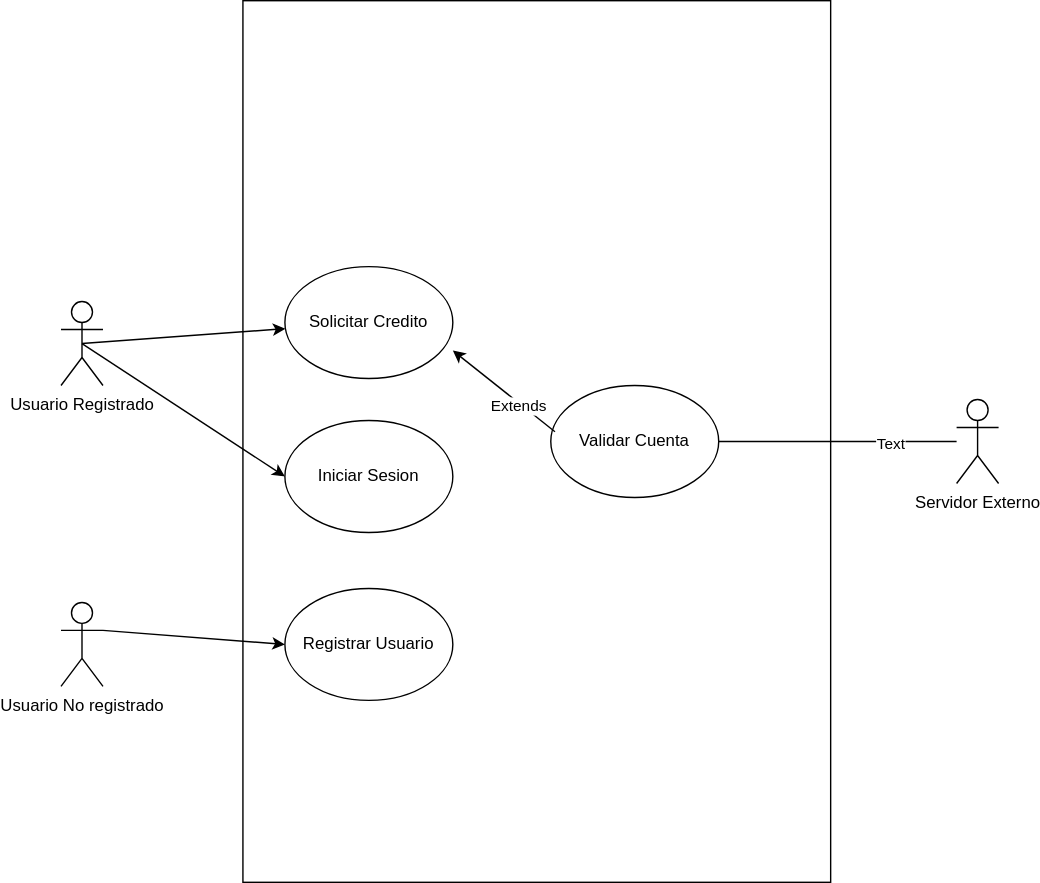
Above: PrimeraFecha.drawio.svg in juansirai/ING1 (draw.io), before the change. Source tidied: cells renumbered, new cells last; positions are measured from the earlier drawing's top-left corner, leaving out a move shared by most shapes.
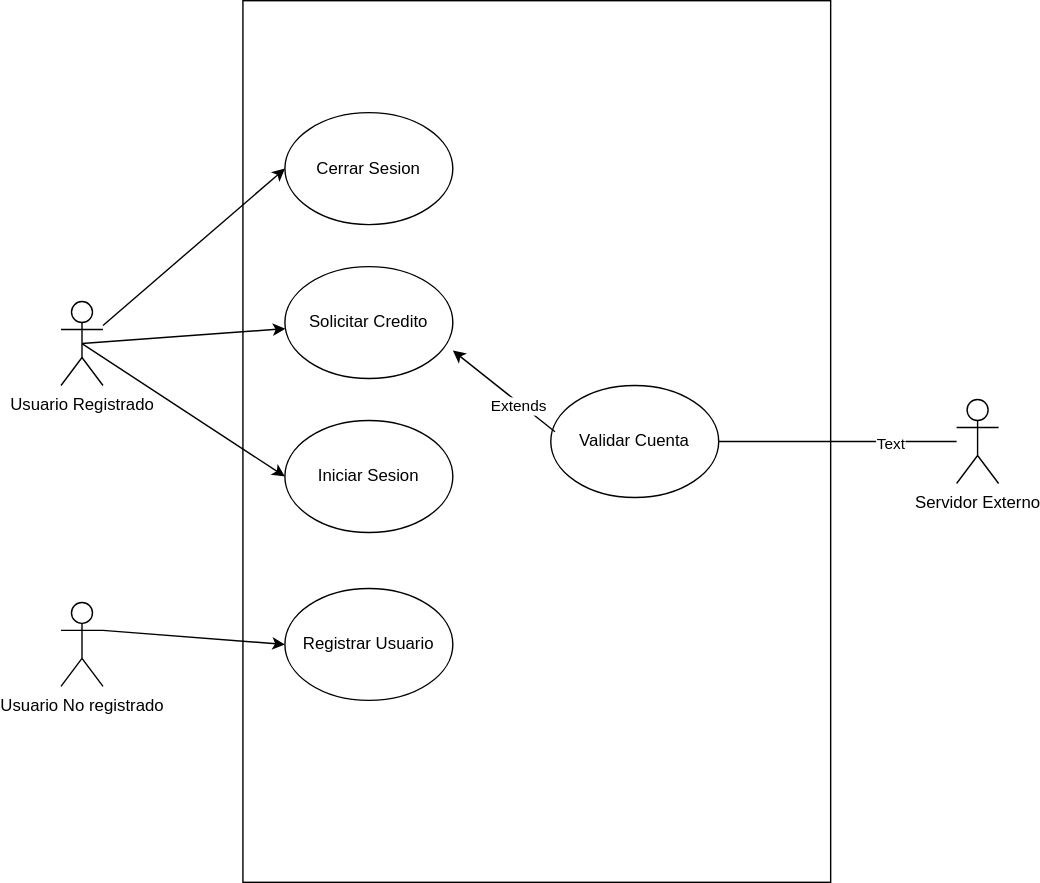
The same diagram one commit later.

Diff of the diagram source:
```diff
@@ -47,5 +47,11 @@
     <mxCell id="16" style="endArrow=classic;html=1;rounded=0;exitX=1;exitY=0.3333333333333333;exitDx=0;exitDy=0;exitPerimeter=0;entryX=0;entryY=0.5;entryDx=0;entryDy=0;" parent="1" edge="1" source="8" target="3">
       <mxGeometry relative="1" as="geometry" />
     </mxCell>
+    <mxCell id="17" value="Cerrar Sesion" style="ellipse;whiteSpace=wrap;html=1;" parent="1" vertex="1">
+      <mxGeometry x="160" y="80" width="120" height="80" as="geometry" />
+    </mxCell>
+    <mxCell id="18" style="endArrow=classic;html=1;rounded=0;entryX=0;entryY=0.5;entryDx=0;entryDy=0;" parent="1" edge="1" source="7" target="17">
+      <mxGeometry relative="1" as="geometry" />
+    </mxCell>
   </root>
 </mxGraphModel>
```
